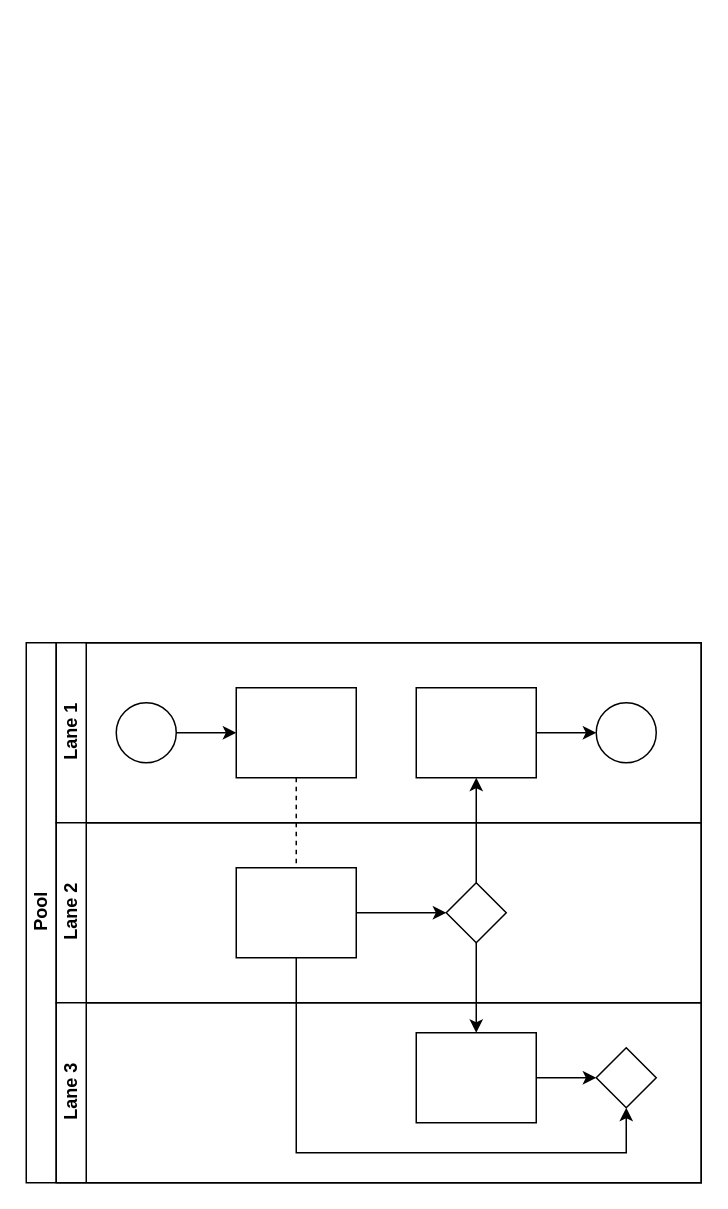
TJ-Kwetsane1993/Thato keeps this draw.io diagram as GAPCover.drawio. Above is the earlier version. Source tidied: cells renumbered, new cells numbered last; positions are measured from the earlier drawing's top-left corner, leaving out a move shared by most shapes. Both pictures are drawn from the tidied source at 150%, with x=0, y=0 at pixel (26, 642).
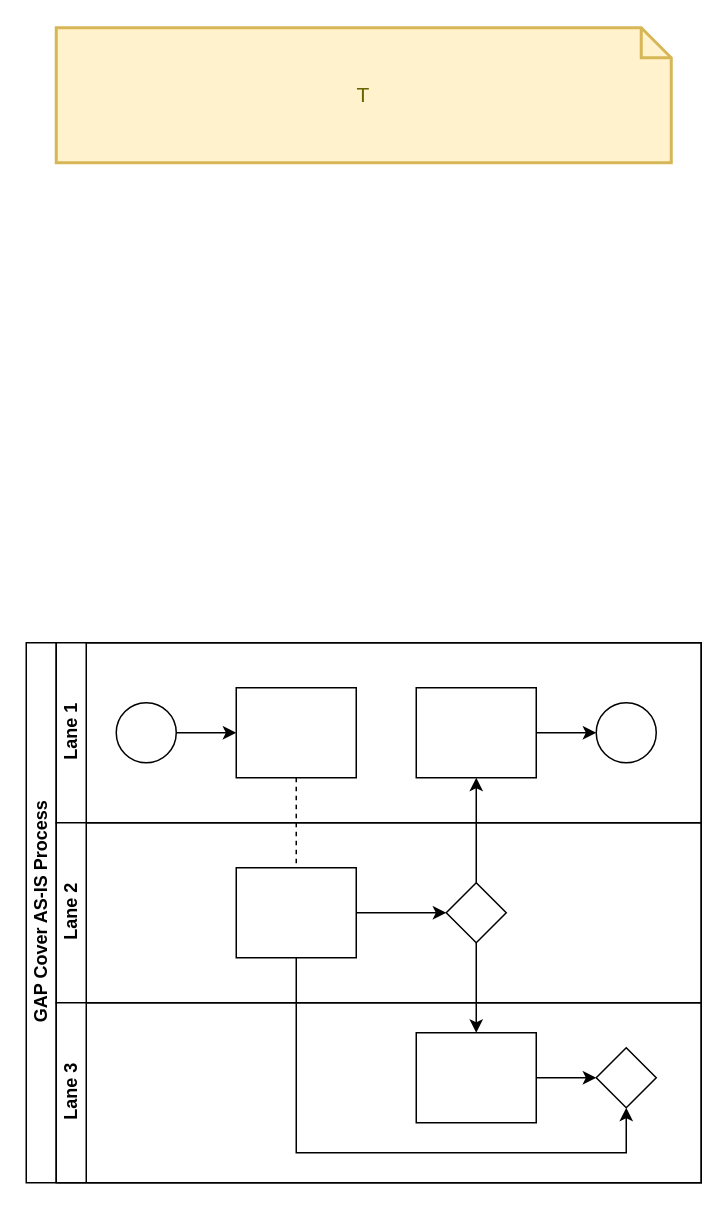
The same diagram, later.

What changed in the source:
```diff
@@
-    <mxCell id="2" value="Pool" style="swimlane;html=1;horizontal=0;startSize=20;" parent="1" vertex="1">
+    <mxCell id="2" value="GAP Cover AS-IS Process" style="swimlane;html=1;horizontal=0;startSize=20;" parent="1" vertex="1">
       <mxGeometry width="450" height="360" as="geometry" />
     </mxCell>
@@
+    <mxCell id="22" value="T" style="shape=note;strokeWidth=2;fontSize=14;size=20;whiteSpace=wrap;html=1;fillColor=#fff2cc;strokeColor=#d6b656;fontColor=#666600;" parent="1" vertex="1">
+      <mxGeometry x="20" y="-410" width="410" height="90" as="geometry" />
+    </mxCell>
```
